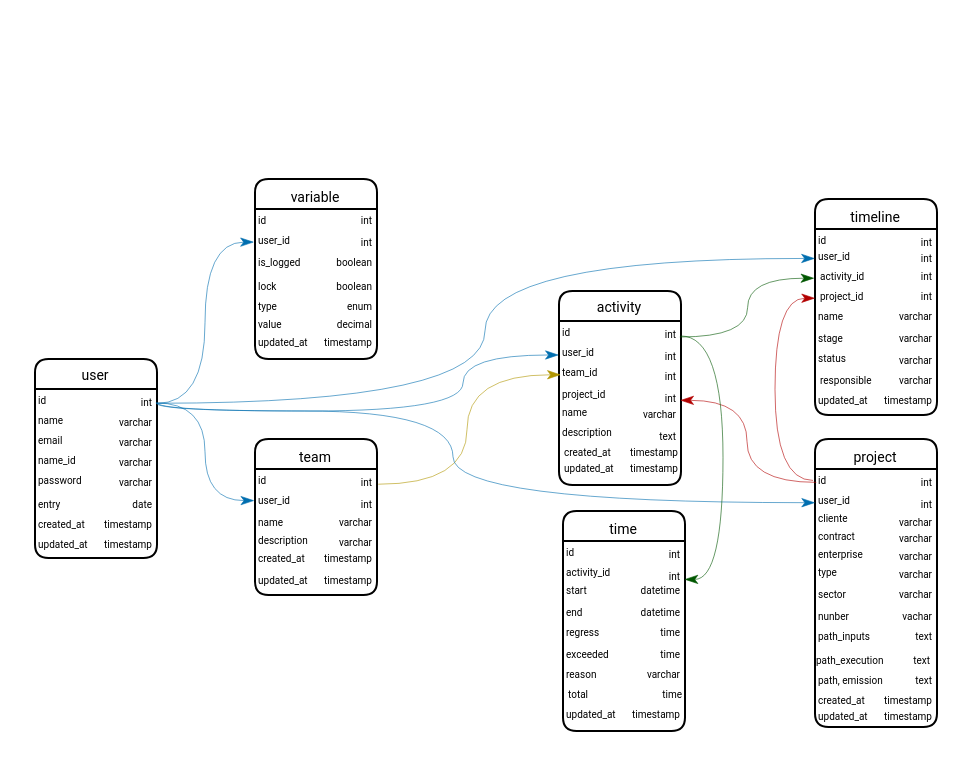
The draw.io diagram Banco Kairos.drawio in Avflux/drawio, before the edit. Source tidied: cells renumbered, new cells numbered last; positions are measured from the earlier drawing's top-left corner, leaving out a move shared by most shapes. Both pictures are drawn from the tidied source at 200%, with x=0, y=0 at pixel (34, 178).
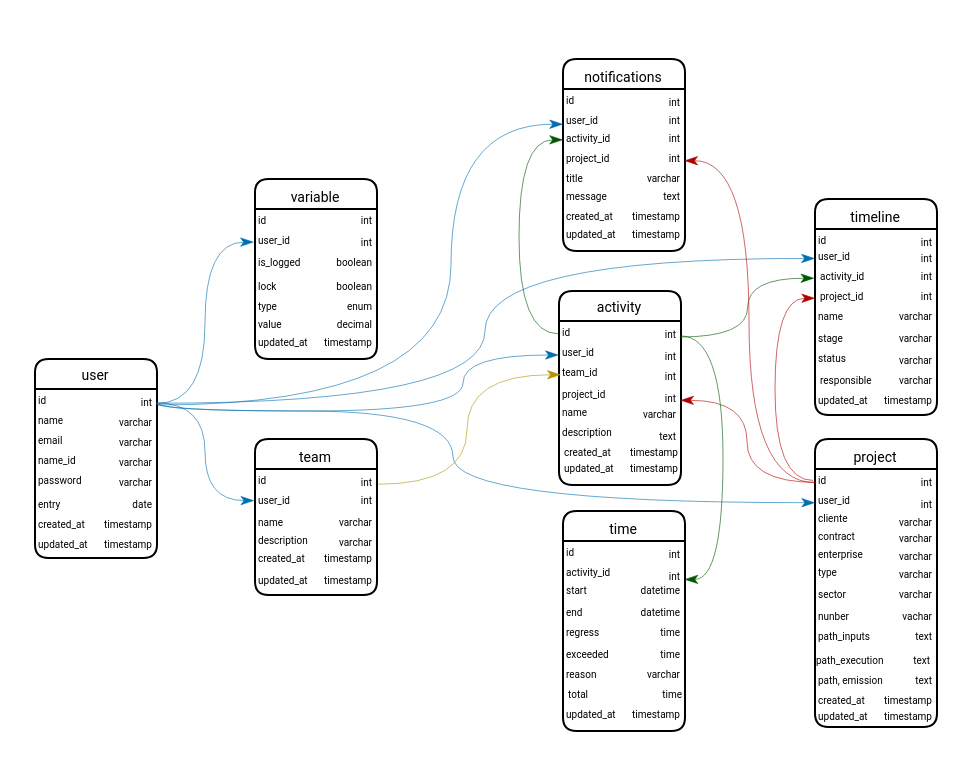
The same page after the edit.

The change refers to these unchanged cells:
```xml
<mxCell id="14" value="&lt;font face=&quot;Roboto&quot;&gt;&lt;span style=&quot;font-size: 5px;&quot;&gt;int&lt;/span&gt;&lt;/font&gt;" style="text;html=1;align=right;verticalAlign=middle;points=[];strokeColor=none;fillColor=none;fontFamily=Architects Daughter;" parent="2" vertex="1">
  <mxGeometry x="40" y="5" width="20" height="30" as="geometry" />
</mxCell>
<mxCell id="19" value="&lt;p&gt;&lt;font face=&quot;Roboto&quot;&gt;&lt;span style=&quot;font-size: 7px; font-weight: 400;&quot;&gt;team&lt;/span&gt;&lt;/font&gt;&lt;/p&gt;" style="swimlane;whiteSpace=wrap;html=1;hachureGap=4;fontFamily=Architects Daughter;fillColor=default;strokeColor=default;startSize=15;strokeWidth=1;swimlaneLine=1;glass=0;rounded=1;shadow=0;align=center;" parent="1" vertex="1">
  <mxGeometry x="110" y="130" width="61" height="78" as="geometry" />
</mxCell>
<mxCell id="33" value="&lt;font face=&quot;Roboto&quot; style=&quot;font-size: 5px;&quot;&gt;id&lt;/font&gt;" style="text;html=1;align=left;verticalAlign=middle;points=[];strokeColor=none;fillColor=none;fontFamily=Architects Daughter;" parent="32" vertex="1">
  <mxGeometry y="5" width="20" height="30" as="geometry" />
</mxCell>
<mxCell id="53" value="&lt;font face=&quot;Roboto&quot; style=&quot;font-size: 5px;&quot;&gt;id&lt;/font&gt;" style="text;html=1;align=left;verticalAlign=middle;points=[];strokeColor=none;fillColor=none;fontFamily=Architects Daughter;" parent="52" vertex="1">
  <mxGeometry y="5" width="20" height="30" as="geometry" />
</mxCell>
```

The edit, as a diff of the source:
```diff
@@
     <mxCell id="22" value="&lt;font face=&quot;Roboto&quot;&gt;&lt;span style=&quot;font-size: 5px;&quot;&gt;int&lt;/span&gt;&lt;/font&gt;" style="text;html=1;align=right;verticalAlign=middle;strokeColor=none;fillColor=none;fontFamily=Architects Daughter;" parent="19" vertex="1">
-      <mxGeometry x="36" y="17" width="24" height="27" as="geometry" />
+      <mxGeometry x="36" y="15" width="24" height="27" as="geometry" />
     </mxCell>
@@
+    <mxCell id="139" value="&lt;p&gt;&lt;font face=&quot;Roboto&quot;&gt;&lt;span style=&quot;font-size: 7px; font-weight: 400;&quot;&gt;notifications&lt;/span&gt;&lt;/font&gt;&lt;/p&gt;" style="swimlane;whiteSpace=wrap;html=1;hachureGap=4;fontFamily=Architects Daughter;fillColor=default;strokeColor=default;startSize=15;strokeWidth=1;swimlaneLine=1;glass=0;rounded=1;shadow=0;align=center;" parent="1" vertex="1">
+      <mxGeometry x="264" y="-60" width="61" height="96" as="geometry" />
+    </mxCell>
+    <mxCell id="140" value="&lt;font face=&quot;Roboto&quot; style=&quot;font-size: 5px;&quot;&gt;id&lt;/font&gt;" style="text;html=1;align=left;verticalAlign=middle;strokeColor=none;fillColor=none;fontFamily=Architects Daughter;" parent="139" vertex="1">
+      <mxGeometry y="5" width="20" height="30" as="geometry" />
+    </mxCell>
+    <mxCell id="141" value="&lt;font face=&quot;Roboto&quot; style=&quot;font-size: 5px;&quot;&gt;user_id&lt;/font&gt;" style="text;html=1;align=left;verticalAlign=middle;points=[];strokeColor=none;fillColor=none;fontFamily=Architects Daughter;" parent="139" vertex="1">
+      <mxGeometry y="17" width="34" height="26" as="geometry" />
+    </mxCell>
+    <mxCell id="142" value="&lt;font face=&quot;Roboto&quot;&gt;&lt;span style=&quot;font-size: 5px;&quot;&gt;int&lt;/span&gt;&lt;/font&gt;" style="text;html=1;align=right;verticalAlign=middle;strokeColor=none;fillColor=none;fontFamily=Architects Daughter;" parent="139" vertex="1">
+      <mxGeometry x="36" y="15" width="24" height="27" as="geometry" />
+    </mxCell>
+    <mxCell id="143" value="&lt;font face=&quot;Roboto&quot;&gt;&lt;span style=&quot;font-size: 5px;&quot;&gt;int&lt;/span&gt;&lt;/font&gt;" style="text;html=1;align=right;verticalAlign=middle;strokeColor=none;fillColor=none;fontFamily=Architects Daughter;" parent="139" vertex="1">
+      <mxGeometry x="40" y="5" width="20" height="30" as="geometry" />
+    </mxCell>
+    <mxCell id="144" value="&lt;font face=&quot;Roboto&quot; style=&quot;font-size: 5px;&quot;&gt;activity_id&lt;/font&gt;" style="text;html=1;align=left;verticalAlign=middle;points=[];strokeColor=none;fillColor=none;fontFamily=Architects Daughter;" parent="139" vertex="1">
+      <mxGeometry y="25" width="40" height="28" as="geometry" />
+    </mxCell>
+    <mxCell id="145" value="&lt;font face=&quot;Roboto&quot;&gt;&lt;span style=&quot;font-size: 5px;&quot;&gt;int&lt;/span&gt;&lt;/font&gt;" style="text;html=1;align=right;verticalAlign=middle;strokeColor=none;fillColor=none;fontFamily=Architects Daughter;" parent="139" vertex="1">
+      <mxGeometry x="36" y="24" width="24" height="27" as="geometry" />
+    </mxCell>
+    <mxCell id="146" value="&lt;font face=&quot;Roboto&quot; style=&quot;font-size: 5px;&quot;&gt;project_id&lt;/font&gt;" style="text;html=1;align=left;verticalAlign=middle;strokeColor=none;fillColor=none;fontFamily=Architects Daughter;" parent="139" vertex="1">
+      <mxGeometry y="35" width="40" height="28" as="geometry" />
+    </mxCell>
+    <mxCell id="147" value="&lt;font face=&quot;Roboto&quot;&gt;&lt;span style=&quot;font-size: 5px;&quot;&gt;int&lt;/span&gt;&lt;/font&gt;" style="text;html=1;align=right;verticalAlign=middle;points=[];strokeColor=none;fillColor=none;fontFamily=Architects Daughter;" parent="139" vertex="1">
+      <mxGeometry x="36" y="34" width="24" height="27" as="geometry" />
+    </mxCell>
+    <mxCell id="148" value="&lt;font face=&quot;Roboto&quot;&gt;&lt;span style=&quot;font-size: 5px;&quot;&gt;varchar&lt;/span&gt;&lt;/font&gt;" style="text;html=1;align=right;verticalAlign=middle;strokeColor=none;fillColor=none;fontFamily=Architects Daughter;" parent="139" vertex="1">
+      <mxGeometry x="20" y="43" width="40" height="30" as="geometry" />
+    </mxCell>
+    <mxCell id="149" value="&lt;font face=&quot;Roboto&quot;&gt;&lt;span style=&quot;font-size: 5px;&quot;&gt;title&lt;/span&gt;&lt;/font&gt;" style="text;html=1;align=left;verticalAlign=middle;strokeColor=none;fillColor=none;fontFamily=Architects Daughter;" parent="139" vertex="1">
+      <mxGeometry y="44" width="28" height="28" as="geometry" />
+    </mxCell>
+    <mxCell id="150" value="&lt;font face=&quot;Roboto&quot;&gt;&lt;span style=&quot;font-size: 5px;&quot;&gt;message&lt;/span&gt;&lt;/font&gt;" style="text;html=1;align=left;verticalAlign=middle;strokeColor=none;fillColor=none;fontFamily=Architects Daughter;" parent="139" vertex="1">
+      <mxGeometry y="53" width="36" height="28" as="geometry" />
+    </mxCell>
+    <mxCell id="151" value="&lt;font face=&quot;Roboto&quot;&gt;&lt;span style=&quot;font-size: 5px;&quot;&gt;text&lt;/span&gt;&lt;/font&gt;" style="text;html=1;align=right;verticalAlign=middle;strokeColor=none;fillColor=none;fontFamily=Architects Daughter;" parent="139" vertex="1">
+      <mxGeometry x="32" y="53" width="28" height="28" as="geometry" />
+    </mxCell>
+    <mxCell id="152" value="&lt;font face=&quot;Roboto&quot;&gt;&lt;span style=&quot;font-size: 5px;&quot;&gt;timestamp&lt;/span&gt;&lt;/font&gt;" style="text;html=1;align=right;verticalAlign=middle;strokeColor=none;fillColor=none;fontFamily=Architects Daughter;" parent="139" vertex="1">
+      <mxGeometry x="18" y="63" width="42" height="27" as="geometry" />
+    </mxCell>
+    <mxCell id="153" value="&lt;font face=&quot;Roboto&quot;&gt;&lt;span style=&quot;font-size: 5px;&quot;&gt;created_at&lt;/span&gt;&lt;/font&gt;" style="text;html=1;align=left;verticalAlign=middle;strokeColor=none;fillColor=none;fontFamily=Architects Daughter;" parent="139" vertex="1">
+      <mxGeometry y="63" width="41" height="27" as="geometry" />
+    </mxCell>
+    <mxCell id="154" value="&lt;font face=&quot;Roboto&quot;&gt;&lt;span style=&quot;font-size: 5px;&quot;&gt;updated_at&lt;/span&gt;&lt;/font&gt;" style="text;html=1;align=left;verticalAlign=middle;strokeColor=none;fillColor=none;fontFamily=Architects Daughter;" parent="139" vertex="1">
+      <mxGeometry y="72" width="43" height="27" as="geometry" />
+    </mxCell>
+    <mxCell id="155" value="&lt;font face=&quot;Roboto&quot;&gt;&lt;span style=&quot;font-size: 5px;&quot;&gt;timestamp&lt;/span&gt;&lt;/font&gt;" style="text;html=1;align=right;verticalAlign=middle;strokeColor=none;fillColor=none;fontFamily=Architects Daughter;" parent="139" vertex="1">
+      <mxGeometry x="18" y="72" width="42" height="27" as="geometry" />
+    </mxCell>
+    <mxCell id="156" style="edgeStyle=orthogonalEdgeStyle;rounded=0;hachureGap=4;jettySize=auto;html=1;fontFamily=Architects Daughter;curved=1;endArrow=classicThin;endFill=1;strokeWidth=0.3;exitX=-0.02;exitY=0.547;exitDx=0;exitDy=0;exitPerimeter=0;fillColor=#008a00;strokeColor=#005700;entryX=-0.001;entryY=0.551;entryDx=0;entryDy=0;entryPerimeter=0;" parent="1" edge="1" source="33" target="144">
+      <mxGeometry relative="1" as="geometry" />
+    </mxCell>
+    <mxCell id="157" style="edgeStyle=orthogonalEdgeStyle;rounded=0;hachureGap=4;jettySize=auto;html=1;fontFamily=Architects Daughter;curved=1;endArrow=classicThin;endFill=1;strokeWidth=0.3;exitX=0;exitY=0.56;exitDx=0;exitDy=0;exitPerimeter=0;fillColor=#e51400;strokeColor=light-dark(#B20000,#FF1C03);entryX=1.028;entryY=0.624;entryDx=0;entryDy=0;entryPerimeter=0;" parent="1" edge="1" source="53" target="147">
+      <mxGeometry relative="1" as="geometry" />
+    </mxCell>
+    <mxCell id="158" style="edgeStyle=orthogonalEdgeStyle;rounded=0;hachureGap=4;jettySize=auto;html=1;fontFamily=Architects Daughter;curved=1;endArrow=classicThin;endFill=1;strokeWidth=0.3;exitX=1.06;exitY=0.6;exitDx=0;exitDy=0;exitPerimeter=0;fillColor=#1ba1e2;strokeColor=#006EAF;entryX=0;entryY=0.6;entryDx=0;entryDy=0;entryPerimeter=0;" parent="1" edge="1" source="14" target="141">
+      <mxGeometry relative="1" as="geometry">
+        <Array as="points">
+          <mxPoint x="208" y="113" />
+          <mxPoint x="208" y="-27" />
+        </Array>
+      </mxGeometry>
+    </mxCell>
```
